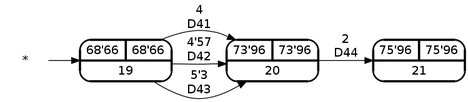
Above: Trabajos/T3/img/grafo_el_pruebas.png in srug86/pgsiesi (Graphviz), before the change. Its source is kept beside it as Trabajos/T3/img/grafo_el_pruebas.dot.
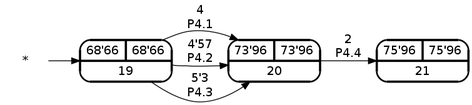
Above is the later version.

Commit message:
corregido fallo puntos

Change to the diagram source:
```diff
@@ -6,8 +6,8 @@
 	24 [shape=record, label="{ 75'96 | 75'96 } | 21"];
 	node [shape = circle];
 	"*" -> 22;
-	22 -> 23 [label = "4" + "\nD41"];
-	22 -> 23 [label = "4'57" + "\nD42"];
-	22 -> 23 [label = "5'3" + "\nD43"];
-	23 -> 24 [label = "2" + "\nD44"];
+	22 -> 23 [label = "4" + "\nP4.1"];
+	22 -> 23 [label = "4'57" + "\nP4.2"];
+	22 -> 23 [label = "5'3" + "\nP4.3"];
+	23 -> 24 [label = "2" + "\nP4.4"];
 }
```
